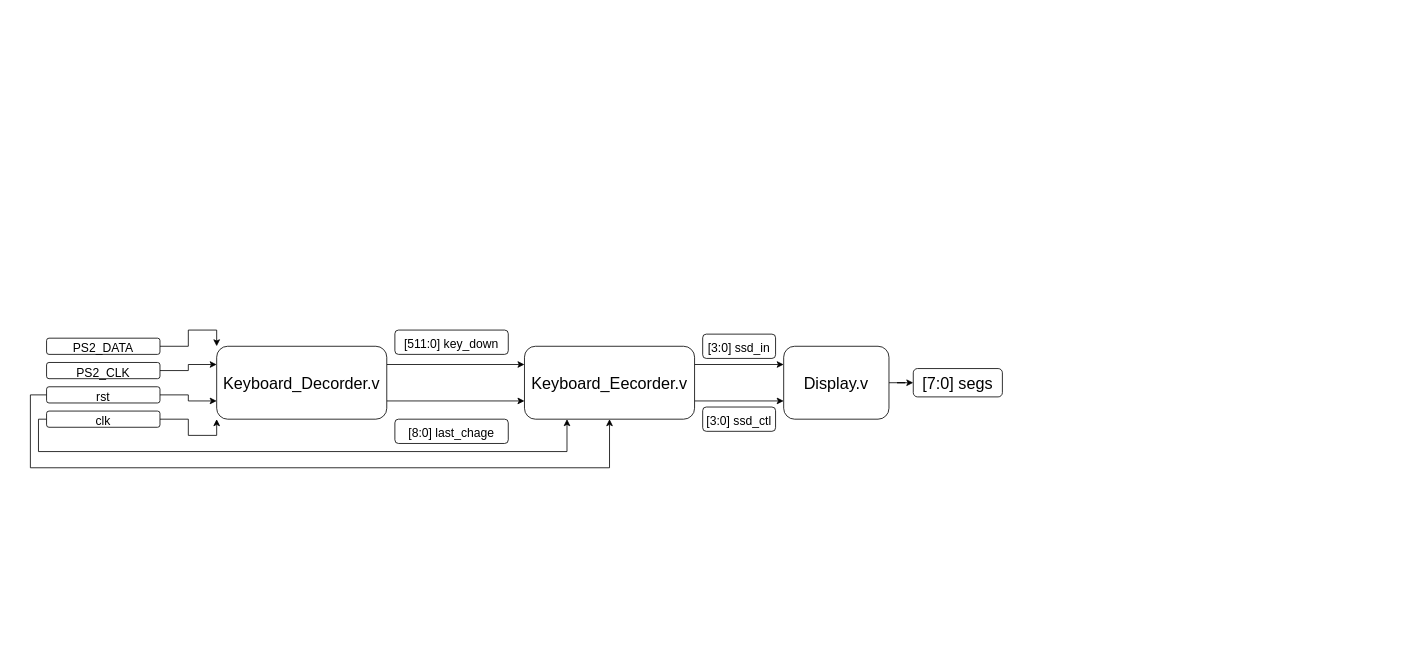
Before: Keyboard_1.drawio in Allenaxe/diagram, a draw.io diagram. Source tidied: cells renumbered, new cells numbered last; positions are measured from the earlier drawing's top-left corner, leaving out a move shared by most shapes. Both pictures are drawn from the tidied source at 81%, with x=0, y=0 at pixel (30, 330).
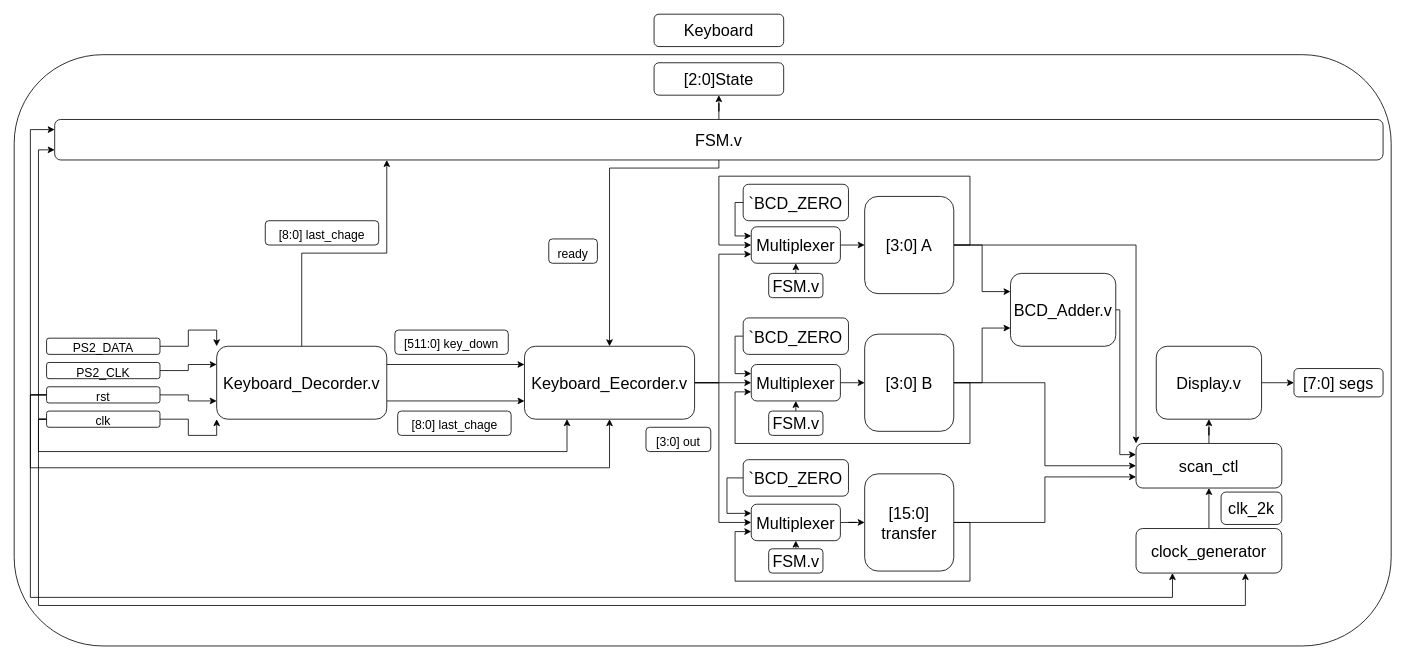
Above is the later version.

Unchanged cells that the change refers to:
```xml
<mxCell id="4" value="&lt;font style=&quot;font-size: 20px&quot;&gt;Keyboard_Decorder.v&lt;/font&gt;" style="rounded=1;whiteSpace=wrap;html=1;" parent="1" vertex="1">
  <mxGeometry x="230" y="20" width="210" height="90" as="geometry" />
</mxCell>
<mxCell id="7" value="&lt;span style=&quot;font-size: 20px&quot;&gt;Keyboard_Eecorder.v&lt;/span&gt;" style="whiteSpace=wrap;html=1;rounded=1;" parent="1" vertex="1">
  <mxGeometry x="610" y="20" width="210" height="90" as="geometry" />
</mxCell>
<mxCell id="16" value="&lt;span style=&quot;font-size: 15px&quot;&gt;rst&lt;/span&gt;" style="rounded=1;whiteSpace=wrap;html=1;fontSize=20;" parent="1" vertex="1">
  <mxGeometry x="20" y="70" width="140" height="20" as="geometry" />
</mxCell>
<mxCell id="19" value="&lt;span style=&quot;font-size: 15px&quot;&gt;clk&lt;/span&gt;" style="rounded=1;whiteSpace=wrap;html=1;fontSize=20;" parent="1" vertex="1">
  <mxGeometry x="20" y="100" width="140" height="20" as="geometry" />
</mxCell>
```

What changed in the source:
```diff
@@
+    <mxCell id="25" style="rounded=1;whiteSpace=wrap;html=1;fontSize=20;" parent="1" vertex="1">
+      <mxGeometry x="-20" y="-340" width="1700" height="730" as="geometry" />
+    </mxCell>
@@
+    <mxCell id="26" style="edgeStyle=orthogonalEdgeStyle;rounded=0;jettySize=auto;html=1;exitX=0.5;exitY=0;exitDx=0;exitDy=0;entryX=0.25;entryY=1;entryDx=0;entryDy=0;fontSize=20;" parent="1" edge="1" source="4" target="73">
+      <mxGeometry relative="1" as="geometry" />
+    </mxCell>
@@
-    <mxCell id="5" style="edgeStyle=orthogonalEdgeStyle;rounded=0;jettySize=auto;html=1;exitX=1;exitY=0.25;exitDx=0;exitDy=0;entryX=0;entryY=0.25;entryDx=0;entryDy=0;fontSize=20;" parent="1" edge="1" source="7" target="21">
-      <mxGeometry relative="1" as="geometry" />
-    </mxCell>
-    <mxCell id="6" style="edgeStyle=orthogonalEdgeStyle;rounded=0;jettySize=auto;html=1;exitX=1;exitY=0.75;exitDx=0;exitDy=0;entryX=0;entryY=0.75;entryDx=0;entryDy=0;fontSize=20;" parent="1" edge="1" source="7" target="21">
-      <mxGeometry relative="1" as="geometry" />
-    </mxCell>
+    <mxCell id="27" style="edgeStyle=orthogonalEdgeStyle;rounded=0;jettySize=auto;html=1;exitX=1;exitY=0.5;exitDx=0;exitDy=0;entryX=0;entryY=0.75;entryDx=0;entryDy=0;fontSize=20;" parent="1" edge="1" source="7" target="35">
+      <mxGeometry relative="1" as="geometry">
+        <Array as="points">
+          <mxPoint x="850" y="65" />
+          <mxPoint x="850" y="-94" />
+        </Array>
+      </mxGeometry>
+    </mxCell>
+    <mxCell id="28" style="edgeStyle=orthogonalEdgeStyle;rounded=0;jettySize=auto;html=1;exitX=1;exitY=0.5;exitDx=0;exitDy=0;entryX=0;entryY=0.5;entryDx=0;entryDy=0;fontSize=20;" parent="1" edge="1" source="7" target="50">
+      <mxGeometry relative="1" as="geometry" />
+    </mxCell>
+    <mxCell id="29" style="edgeStyle=orthogonalEdgeStyle;rounded=0;jettySize=auto;html=1;exitX=1;exitY=0.5;exitDx=0;exitDy=0;fontSize=20;entryX=0;entryY=0.5;entryDx=0;entryDy=0;" parent="1" edge="1" source="7" target="54">
+      <mxGeometry relative="1" as="geometry">
+        <Array as="points">
+          <mxPoint x="850" y="65" />
+          <mxPoint x="850" y="238" />
+          <mxPoint x="890" y="238" />
+        </Array>
+      </mxGeometry>
+    </mxCell>
@@
     <mxCell id="9" value="&lt;font style=&quot;font-size: 15px&quot;&gt;[8:0] last_chage&lt;/font&gt;" style="rounded=1;whiteSpace=wrap;html=1;fontSize=20;" parent="1" vertex="1">
-      <mxGeometry x="450" y="110" width="140" height="30" as="geometry" />
+      <mxGeometry x="453.5" y="100" width="140" height="30" as="geometry" />
     </mxCell>
@@
+    <mxCell id="30" style="edgeStyle=orthogonalEdgeStyle;rounded=0;jettySize=auto;html=1;exitX=0;exitY=0.5;exitDx=0;exitDy=0;entryX=0.25;entryY=1;entryDx=0;entryDy=0;fontSize=20;" parent="1" edge="1" source="16" target="66">
+      <mxGeometry relative="1" as="geometry">
+        <Array as="points">
+          <mxPoint y="80" />
+          <mxPoint y="330" />
+          <mxPoint x="1410" y="330" />
+        </Array>
+      </mxGeometry>
+    </mxCell>
+    <mxCell id="31" style="edgeStyle=orthogonalEdgeStyle;rounded=0;jettySize=auto;html=1;exitX=0;exitY=0.5;exitDx=0;exitDy=0;entryX=0;entryY=0.25;entryDx=0;entryDy=0;fontSize=20;" parent="1" edge="1" source="16" target="73">
+      <mxGeometry relative="1" as="geometry" />
+    </mxCell>
@@
+    <mxCell id="32" style="edgeStyle=orthogonalEdgeStyle;rounded=0;jettySize=auto;html=1;exitX=0;exitY=0.5;exitDx=0;exitDy=0;fontSize=20;entryX=0.75;entryY=1;entryDx=0;entryDy=0;" parent="1" edge="1" source="19" target="66">
+      <mxGeometry relative="1" as="geometry">
+        <Array as="points">
+          <mxPoint x="10" y="110" />
+          <mxPoint x="10" y="340" />
+          <mxPoint x="1500" y="340" />
+        </Array>
+      </mxGeometry>
+    </mxCell>
+    <mxCell id="33" style="edgeStyle=orthogonalEdgeStyle;rounded=0;jettySize=auto;html=1;exitX=0;exitY=0.5;exitDx=0;exitDy=0;entryX=0;entryY=0.75;entryDx=0;entryDy=0;fontSize=20;" parent="1" edge="1" source="19" target="73">
+      <mxGeometry relative="1" as="geometry">
+        <Array as="points">
+          <mxPoint x="10" y="110" />
+          <mxPoint x="10" y="-222" />
+        </Array>
+      </mxGeometry>
+    </mxCell>
@@
     <mxCell id="21" value="&lt;font style=&quot;font-size: 20px&quot;&gt;Display.v&lt;/font&gt;" style="whiteSpace=wrap;html=1;rounded=1;" parent="1" vertex="1">
-      <mxGeometry x="930" y="20" width="130" height="90" as="geometry" />
+      <mxGeometry x="1390" y="20" width="130" height="90" as="geometry" />
     </mxCell>
-    <mxCell id="22" value="&lt;font style=&quot;font-size: 15px&quot;&gt;[3:0] ssd_in&lt;/font&gt;" style="rounded=1;whiteSpace=wrap;html=1;fontSize=20;" parent="1" vertex="1">
-      <mxGeometry x="830" y="5" width="90" height="30" as="geometry" />
-    </mxCell>
     <mxCell id="23" value="&lt;font style=&quot;font-size: 20px&quot;&gt;[7:0] segs&lt;/font&gt;" style="whiteSpace=wrap;html=1;rounded=1;" parent="1" vertex="1">
-      <mxGeometry x="1090" y="47.5" width="110" height="35" as="geometry" />
+      <mxGeometry x="1560" y="47.5" width="110" height="35" as="geometry" />
     </mxCell>
-    <mxCell id="24" value="&lt;font style=&quot;font-size: 15px&quot;&gt;[3:0] ssd_ctl&lt;/font&gt;" style="rounded=1;whiteSpace=wrap;html=1;fontSize=20;" parent="1" vertex="1">
-      <mxGeometry x="830" y="95" width="90" height="30" as="geometry" />
-    </mxCell>
+    <mxCell id="34" style="edgeStyle=orthogonalEdgeStyle;rounded=0;jettySize=auto;html=1;exitX=1;exitY=0.5;exitDx=0;exitDy=0;entryX=0;entryY=0.5;entryDx=0;entryDy=0;fontSize=20;" parent="1" edge="1" source="35" target="39">
+      <mxGeometry relative="1" as="geometry" />
+    </mxCell>
+    <mxCell id="35" value="Multiplexer" style="rounded=1;whiteSpace=wrap;html=1;fontSize=20;" parent="1" vertex="1">
+      <mxGeometry x="890" y="-127.5" width="110" height="45" as="geometry" />
+    </mxCell>
+    <mxCell id="36" style="edgeStyle=orthogonalEdgeStyle;rounded=0;jettySize=auto;html=1;exitX=1;exitY=0.5;exitDx=0;exitDy=0;entryX=0;entryY=0.5;entryDx=0;entryDy=0;fontSize=20;" parent="1" edge="1" source="39" target="35">
+      <mxGeometry relative="1" as="geometry">
+        <Array as="points">
+          <mxPoint x="1160" y="-105" />
+          <mxPoint x="1160" y="-190" />
+          <mxPoint x="850" y="-190" />
+          <mxPoint x="850" y="-105" />
+        </Array>
+      </mxGeometry>
+    </mxCell>
+    <mxCell id="37" style="edgeStyle=orthogonalEdgeStyle;rounded=0;jettySize=auto;html=1;exitX=1;exitY=0.5;exitDx=0;exitDy=0;entryX=0;entryY=0.25;entryDx=0;entryDy=0;fontSize=20;" parent="1" edge="1" source="39" target="64">
+      <mxGeometry relative="1" as="geometry" />
+    </mxCell>
+    <mxCell id="38" style="edgeStyle=orthogonalEdgeStyle;rounded=0;jettySize=auto;html=1;exitX=1;exitY=0.5;exitDx=0;exitDy=0;entryX=0;entryY=0;entryDx=0;entryDy=0;fontSize=20;" parent="1" edge="1" source="39" target="69">
+      <mxGeometry relative="1" as="geometry" />
+    </mxCell>
+    <mxCell id="39" value="[3:0] A" style="rounded=1;whiteSpace=wrap;html=1;fontSize=20;" parent="1" vertex="1">
+      <mxGeometry x="1030" y="-165" width="110" height="120" as="geometry" />
+    </mxCell>
+    <mxCell id="40" style="edgeStyle=orthogonalEdgeStyle;rounded=0;jettySize=auto;html=1;exitX=1;exitY=0.5;exitDx=0;exitDy=0;entryX=0;entryY=0.75;entryDx=0;entryDy=0;fontSize=20;" parent="1" edge="1" source="43" target="50">
+      <mxGeometry relative="1" as="geometry">
+        <Array as="points">
+          <mxPoint x="1160" y="65" />
+          <mxPoint x="1160" y="140" />
+          <mxPoint x="870" y="140" />
+          <mxPoint x="870" y="76" />
+        </Array>
+      </mxGeometry>
+    </mxCell>
+    <mxCell id="41" style="edgeStyle=orthogonalEdgeStyle;rounded=0;jettySize=auto;html=1;exitX=1;exitY=0.5;exitDx=0;exitDy=0;entryX=0;entryY=0.75;entryDx=0;entryDy=0;fontSize=20;" parent="1" edge="1" source="43" target="64">
+      <mxGeometry relative="1" as="geometry" />
+    </mxCell>
+    <mxCell id="42" style="edgeStyle=orthogonalEdgeStyle;rounded=0;jettySize=auto;html=1;exitX=1;exitY=0.5;exitDx=0;exitDy=0;entryX=0;entryY=0.5;entryDx=0;entryDy=0;fontSize=20;" parent="1" edge="1" source="43" target="69">
+      <mxGeometry relative="1" as="geometry" />
+    </mxCell>
+    <mxCell id="43" value="[3:0] B" style="rounded=1;whiteSpace=wrap;html=1;fontSize=20;" parent="1" vertex="1">
+      <mxGeometry x="1030" y="5" width="110" height="120" as="geometry" />
+    </mxCell>
+    <mxCell id="44" style="edgeStyle=orthogonalEdgeStyle;rounded=0;jettySize=auto;html=1;exitX=1;exitY=0.5;exitDx=0;exitDy=0;fontSize=20;entryX=0;entryY=0.75;entryDx=0;entryDy=0;" parent="1" edge="1" source="46" target="54">
+      <mxGeometry relative="1" as="geometry">
+        <Array as="points">
+          <mxPoint x="1160" y="237" />
+          <mxPoint x="1160" y="310" />
+          <mxPoint x="870" y="310" />
+          <mxPoint x="870" y="249" />
+        </Array>
+      </mxGeometry>
+    </mxCell>
+    <mxCell id="45" style="edgeStyle=orthogonalEdgeStyle;rounded=0;jettySize=auto;html=1;exitX=1;exitY=0.5;exitDx=0;exitDy=0;entryX=0;entryY=0.75;entryDx=0;entryDy=0;fontSize=20;" parent="1" edge="1" source="46" target="69">
+      <mxGeometry relative="1" as="geometry" />
+    </mxCell>
+    <mxCell id="46" value="[15:0] transfer" style="rounded=1;whiteSpace=wrap;html=1;fontSize=20;" parent="1" vertex="1">
+      <mxGeometry x="1030" y="177.5" width="110" height="120" as="geometry" />
+    </mxCell>
+    <mxCell id="47" style="edgeStyle=orthogonalEdgeStyle;rounded=0;jettySize=auto;html=1;exitX=1;exitY=0.5;exitDx=0;exitDy=0;entryX=0;entryY=0.25;entryDx=0;entryDy=0;fontSize=20;" parent="1" edge="1" source="48" target="35">
+      <mxGeometry relative="1" as="geometry">
+        <Array as="points">
+          <mxPoint x="870" y="-157" />
+          <mxPoint x="870" y="-116" />
+        </Array>
+      </mxGeometry>
+    </mxCell>
+    <mxCell id="48" value="`BCD_ZERO" style="rounded=1;whiteSpace=wrap;html=1;fontSize=20;" parent="1" vertex="1">
+      <mxGeometry x="880" y="-180" width="130" height="45" as="geometry" />
+    </mxCell>
+    <mxCell id="49" style="edgeStyle=orthogonalEdgeStyle;rounded=0;jettySize=auto;html=1;exitX=1;exitY=0.5;exitDx=0;exitDy=0;entryX=0;entryY=0.5;entryDx=0;entryDy=0;fontSize=20;" parent="1" edge="1" source="50" target="43">
+      <mxGeometry relative="1" as="geometry" />
+    </mxCell>
+    <mxCell id="50" value="Multiplexer" style="rounded=1;whiteSpace=wrap;html=1;fontSize=20;" parent="1" vertex="1">
+      <mxGeometry x="890" y="42.5" width="110" height="45" as="geometry" />
+    </mxCell>
+    <mxCell id="51" style="edgeStyle=orthogonalEdgeStyle;rounded=0;jettySize=auto;html=1;exitX=0;exitY=0.5;exitDx=0;exitDy=0;entryX=0;entryY=0.25;entryDx=0;entryDy=0;fontSize=20;" parent="1" edge="1" source="52" target="50">
+      <mxGeometry relative="1" as="geometry">
+        <Array as="points">
+          <mxPoint x="870" y="7" />
+          <mxPoint x="870" y="54" />
+        </Array>
+      </mxGeometry>
+    </mxCell>
+    <mxCell id="52" value="`BCD_ZERO" style="rounded=1;whiteSpace=wrap;html=1;fontSize=20;" parent="1" vertex="1">
+      <mxGeometry x="880" y="-15" width="130" height="45" as="geometry" />
+    </mxCell>
+    <mxCell id="53" style="edgeStyle=orthogonalEdgeStyle;rounded=0;jettySize=auto;html=1;fontSize=20;" parent="1" edge="1" source="54" target="46">
+      <mxGeometry relative="1" as="geometry" />
+    </mxCell>
+    <mxCell id="54" value="Multiplexer" style="rounded=1;whiteSpace=wrap;html=1;fontSize=20;" parent="1" vertex="1">
+      <mxGeometry x="890" y="215" width="110" height="45" as="geometry" />
+    </mxCell>
+    <mxCell id="55" style="edgeStyle=orthogonalEdgeStyle;rounded=0;jettySize=auto;html=1;exitX=0;exitY=0.5;exitDx=0;exitDy=0;entryX=0;entryY=0.25;entryDx=0;entryDy=0;fontSize=20;" parent="1" edge="1" source="56" target="54">
+      <mxGeometry relative="1" as="geometry" />
+    </mxCell>
+    <mxCell id="56" value="`BCD_ZERO" style="rounded=1;whiteSpace=wrap;html=1;fontSize=20;" parent="1" vertex="1">
+      <mxGeometry x="880" y="160" width="130" height="45" as="geometry" />
+    </mxCell>
+    <mxCell id="57" style="edgeStyle=orthogonalEdgeStyle;rounded=0;jettySize=auto;html=1;exitX=0.5;exitY=0;exitDx=0;exitDy=0;entryX=0.5;entryY=1;entryDx=0;entryDy=0;fontSize=20;" parent="1" edge="1" source="58" target="54">
+      <mxGeometry relative="1" as="geometry" />
+    </mxCell>
+    <mxCell id="58" value="&lt;font style=&quot;font-size: 20px&quot;&gt;FSM.v&lt;/font&gt;" style="rounded=1;whiteSpace=wrap;html=1;" parent="1" vertex="1">
+      <mxGeometry x="911.5" y="270" width="67" height="30" as="geometry" />
+    </mxCell>
+    <mxCell id="59" style="edgeStyle=orthogonalEdgeStyle;rounded=0;jettySize=auto;html=1;exitX=0.5;exitY=0;exitDx=0;exitDy=0;entryX=0.5;entryY=1;entryDx=0;entryDy=0;fontSize=20;" parent="1" edge="1" source="60" target="50">
+      <mxGeometry relative="1" as="geometry" />
+    </mxCell>
+    <mxCell id="60" value="&lt;font style=&quot;font-size: 20px&quot;&gt;FSM.v&lt;/font&gt;" style="rounded=1;whiteSpace=wrap;html=1;" parent="1" vertex="1">
+      <mxGeometry x="911.5" y="100" width="67" height="30" as="geometry" />
+    </mxCell>
+    <mxCell id="61" style="edgeStyle=orthogonalEdgeStyle;rounded=0;jettySize=auto;html=1;exitX=0.5;exitY=0;exitDx=0;exitDy=0;entryX=0.5;entryY=1;entryDx=0;entryDy=0;fontSize=20;" parent="1" edge="1" source="62" target="35">
+      <mxGeometry relative="1" as="geometry" />
+    </mxCell>
+    <mxCell id="62" value="&lt;font style=&quot;font-size: 20px&quot;&gt;FSM.v&lt;/font&gt;" style="rounded=1;whiteSpace=wrap;html=1;" parent="1" vertex="1">
+      <mxGeometry x="911.5" y="-70" width="67" height="30" as="geometry" />
+    </mxCell>
+    <mxCell id="63" style="edgeStyle=orthogonalEdgeStyle;rounded=0;jettySize=auto;html=1;exitX=1;exitY=0.5;exitDx=0;exitDy=0;entryX=0;entryY=0.25;entryDx=0;entryDy=0;fontSize=20;" parent="1" edge="1" source="64" target="69">
+      <mxGeometry relative="1" as="geometry">
+        <Array as="points">
+          <mxPoint x="1345" y="-25" />
+          <mxPoint x="1345" y="154" />
+        </Array>
+      </mxGeometry>
+    </mxCell>
+    <mxCell id="64" value="&lt;font style=&quot;font-size: 20px&quot;&gt;BCD_Adder.v&lt;/font&gt;" style="whiteSpace=wrap;html=1;rounded=1;" parent="1" vertex="1">
+      <mxGeometry x="1210" y="-70" width="130" height="90" as="geometry" />
+    </mxCell>
+    <mxCell id="65" style="edgeStyle=orthogonalEdgeStyle;rounded=0;jettySize=auto;html=1;fontSize=20;" parent="1" edge="1" source="66" target="69">
+      <mxGeometry relative="1" as="geometry" />
+    </mxCell>
+    <mxCell id="66" value="&lt;font style=&quot;font-size: 20px&quot;&gt;clock_generator&lt;/font&gt;" style="whiteSpace=wrap;html=1;rounded=1;" parent="1" vertex="1">
+      <mxGeometry x="1365" y="245" width="180" height="55" as="geometry" />
+    </mxCell>
+    <mxCell id="67" value="&lt;span style=&quot;font-size: 20px&quot;&gt;clk_2k&lt;/span&gt;" style="whiteSpace=wrap;html=1;rounded=1;" parent="1" vertex="1">
+      <mxGeometry x="1470" y="200" width="75" height="40" as="geometry" />
+    </mxCell>
+    <mxCell id="68" style="edgeStyle=orthogonalEdgeStyle;rounded=0;jettySize=auto;html=1;fontSize=20;" parent="1" edge="1" source="69" target="21">
+      <mxGeometry relative="1" as="geometry" />
+    </mxCell>
+    <mxCell id="69" value="&lt;font style=&quot;font-size: 20px&quot;&gt;scan_ctl&lt;br&gt;&lt;/font&gt;" style="whiteSpace=wrap;html=1;rounded=1;" parent="1" vertex="1">
+      <mxGeometry x="1365" y="140" width="180" height="55" as="geometry" />
+    </mxCell>
+    <mxCell id="70" value="&lt;font style=&quot;font-size: 15px&quot;&gt;[3:0] out&lt;/font&gt;" style="rounded=1;whiteSpace=wrap;html=1;fontSize=20;" parent="1" vertex="1">
+      <mxGeometry x="760" y="120" width="80" height="30" as="geometry" />
+    </mxCell>
+    <mxCell id="71" style="edgeStyle=orthogonalEdgeStyle;rounded=0;jettySize=auto;html=1;fontSize=20;" parent="1" edge="1" source="73" target="74">
+      <mxGeometry relative="1" as="geometry" />
+    </mxCell>
+    <mxCell id="72" style="edgeStyle=orthogonalEdgeStyle;rounded=0;jettySize=auto;html=1;exitX=0.5;exitY=1;exitDx=0;exitDy=0;entryX=0.5;entryY=0;entryDx=0;entryDy=0;fontSize=20;" parent="1" edge="1" source="73" target="7">
+      <mxGeometry relative="1" as="geometry">
+        <Array as="points">
+          <mxPoint x="850" y="-200" />
+          <mxPoint x="715" y="-200" />
+        </Array>
+      </mxGeometry>
+    </mxCell>
+    <mxCell id="73" value="&lt;span style=&quot;font-size: 20px&quot;&gt;FSM.v&lt;/span&gt;" style="whiteSpace=wrap;html=1;rounded=1;" parent="1" vertex="1">
+      <mxGeometry x="30" y="-260" width="1640" height="50" as="geometry" />
+    </mxCell>
+    <mxCell id="74" value="&lt;font style=&quot;font-size: 20px&quot;&gt;[2:0]State&lt;/font&gt;" style="whiteSpace=wrap;html=1;rounded=1;" parent="1" vertex="1">
+      <mxGeometry x="770" y="-330" width="160" height="40" as="geometry" />
+    </mxCell>
+    <mxCell id="75" value="&lt;span style=&quot;font-size: 15px&quot;&gt;ready&lt;/span&gt;" style="rounded=1;whiteSpace=wrap;html=1;fontSize=20;" parent="1" vertex="1">
+      <mxGeometry x="640" y="-112.5" width="60" height="30" as="geometry" />
+    </mxCell>
+    <mxCell id="76" value="&lt;font style=&quot;font-size: 15px&quot;&gt;[8:0] last_chage&lt;/font&gt;" style="rounded=1;whiteSpace=wrap;html=1;fontSize=20;" parent="1" vertex="1">
+      <mxGeometry x="290" y="-135" width="140" height="30" as="geometry" />
+    </mxCell>
+    <mxCell id="77" value="&lt;font style=&quot;font-size: 20px&quot;&gt;Keyboard&lt;/font&gt;" style="whiteSpace=wrap;html=1;rounded=1;" parent="1" vertex="1">
+      <mxGeometry x="770" y="-390" width="160" height="40" as="geometry" />
+    </mxCell>
```
